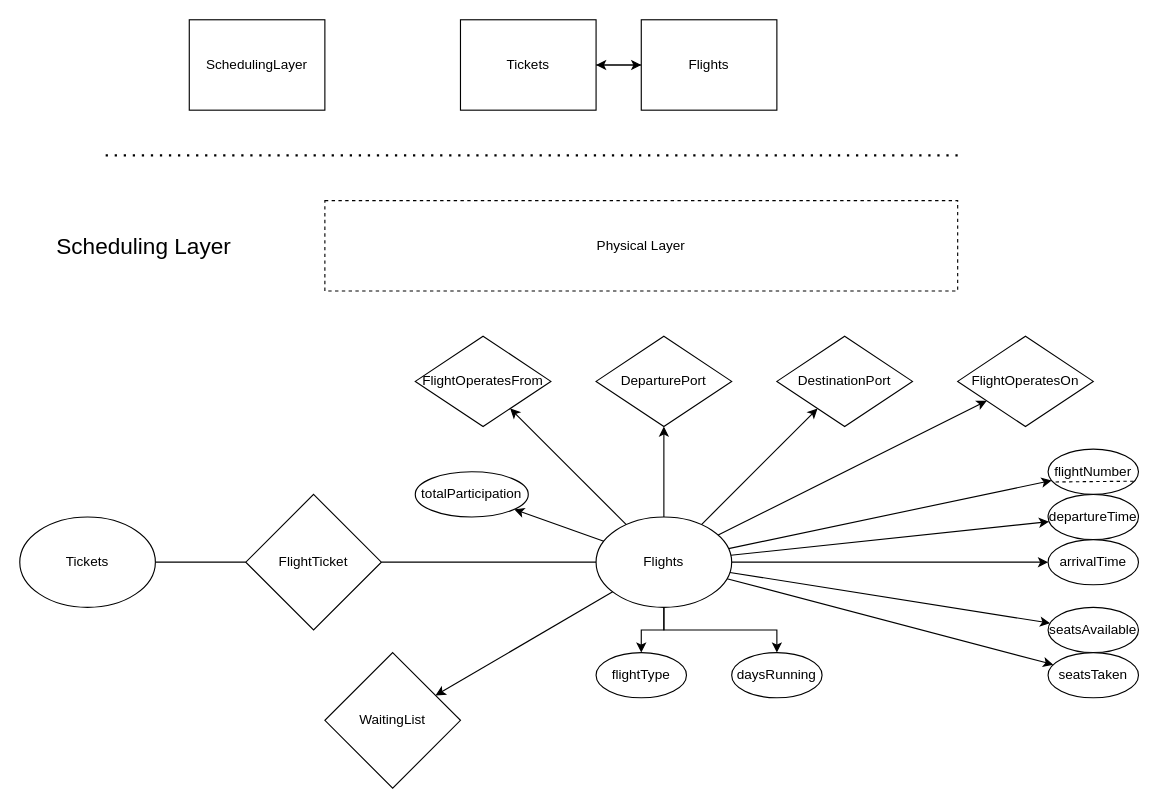
Before: page "SchedulingLayer" (4 of 7) of ERDiagram.drawio in kyle4036/DatabaseManagement2026Project1, a draw.io diagram. Source tidied: cells renumbered, new cells numbered last; positions are measured from the earlier drawing's top-left corner, leaving out a move shared by most shapes. Both pictures are drawn from the tidied source at 113%, with x=0, y=0 at pixel (19, 19).
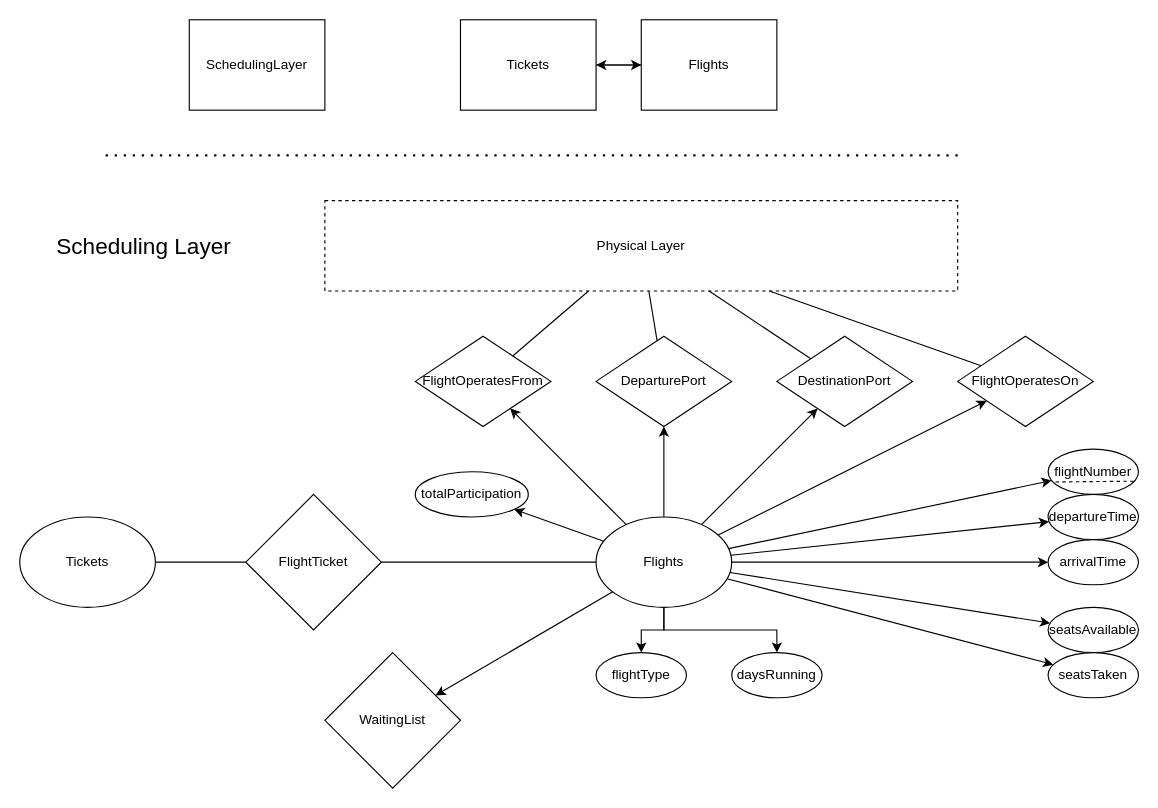
The same diagram, later.

Commit message (it also covers changes not shown here):
constraints from scheduling to physical

The change refers to these unchanged cells:
```xml
<mxCell id="25" value="Physical Layer" style="rounded=0;whiteSpace=wrap;html=1;dashed=1;" parent="1" vertex="1">
  <mxGeometry x="270" y="160" width="560" height="80" as="geometry" />
</mxCell>
<mxCell id="27" value="DestinationPort" style="rhombus;whiteSpace=wrap;html=1;" parent="26" vertex="1">
  <mxGeometry x="320" width="120" height="80" as="geometry" />
</mxCell>
<mxCell id="28" value="DeparturePort" style="rhombus;whiteSpace=wrap;html=1;" parent="26" vertex="1">
  <mxGeometry x="160" width="120" height="80" as="geometry" />
</mxCell>
<mxCell id="29" value="FlightOperatesFrom" style="rhombus;whiteSpace=wrap;html=1;" parent="26" vertex="1">
  <mxGeometry width="120" height="80" as="geometry" />
</mxCell>
<mxCell id="30" value="&lt;font&gt;FlightOperatesOn&lt;/font&gt;" style="rhombus;whiteSpace=wrap;html=1;" parent="26" vertex="1">
  <mxGeometry x="480" width="120" height="80" as="geometry" />
</mxCell>
```

Diff of the diagram source:
```diff
@@
+    <mxCell id="44" style="rounded=0;jettySize=auto;html=1;endArrow=none;endFill=0;" parent="1" edge="1" source="29" target="25">
+      <mxGeometry relative="1" as="geometry" />
+    </mxCell>
+    <mxCell id="45" style="rounded=0;jettySize=auto;html=1;endArrow=none;endFill=0;" parent="1" edge="1" source="28" target="25">
+      <mxGeometry relative="1" as="geometry" />
+    </mxCell>
+    <mxCell id="46" style="rounded=0;jettySize=auto;html=1;endArrow=none;endFill=0;" parent="1" edge="1" source="27" target="25">
+      <mxGeometry relative="1" as="geometry" />
+    </mxCell>
+    <mxCell id="47" style="rounded=0;jettySize=auto;html=1;endArrow=none;endFill=0;" parent="1" edge="1" source="30" target="25">
+      <mxGeometry relative="1" as="geometry" />
+    </mxCell>
```
